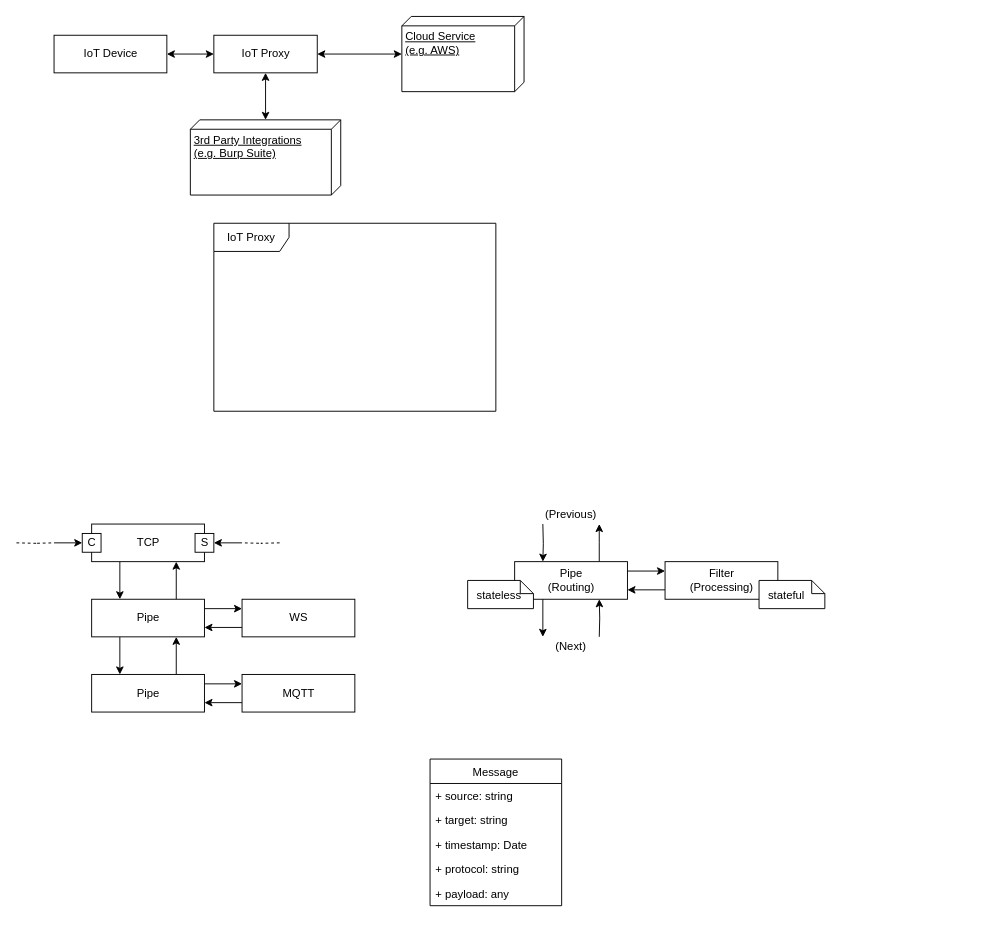
Above: diagrams/Drafts 3 - Pipes.drawio in molatho/master-thesis (draw.io), before the change. Source tidied: cells renumbered, new cells numbered last; positions are measured from the earlier drawing's top-left corner, leaving out a move shared by most shapes. Both pictures are drawn from the tidied source at 94%, with x=0, y=0 at pixel (16, 16).
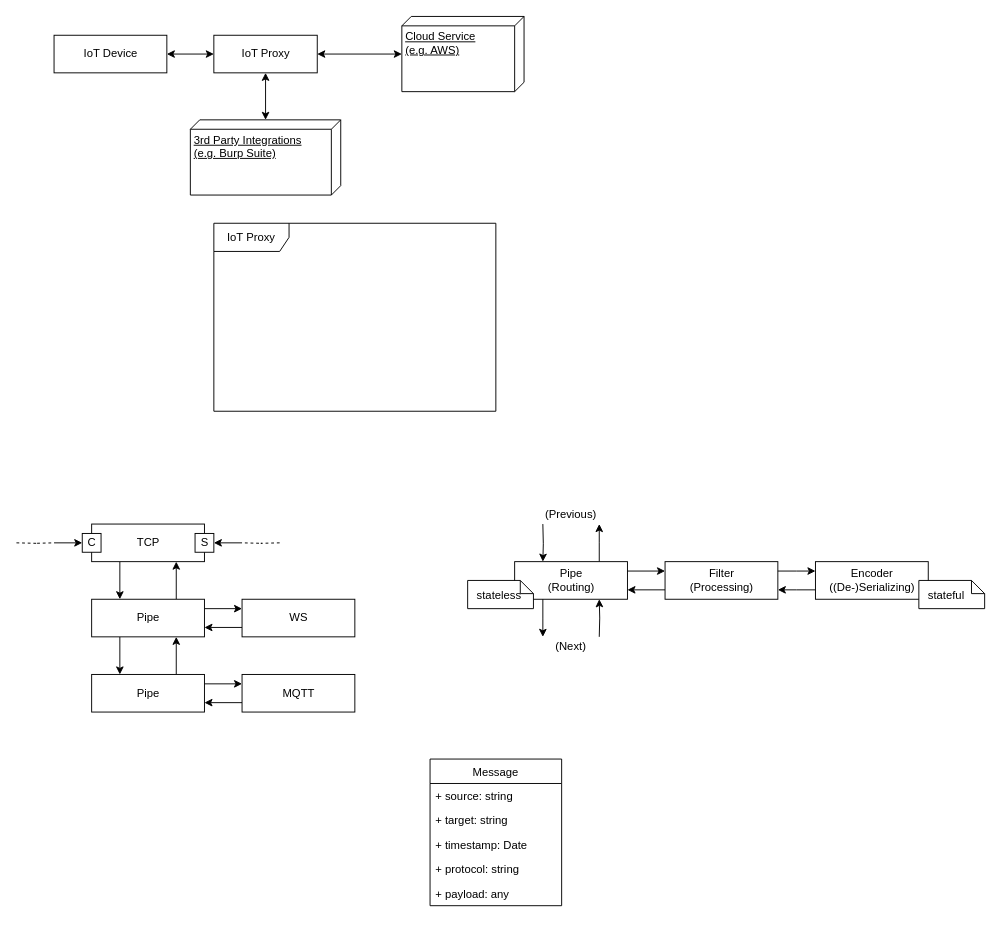
The same page after the edit.

Unchanged cells that the change refers to:
```xml
<mxCell id="35" value="Filter&lt;br&gt;(Processing)" style="html=1;" parent="1" vertex="1">
  <mxGeometry x="690" y="580" width="120" height="40" as="geometry" />
</mxCell>
```

Change to the diagram source:
```diff
@@
+    <mxCell id="46" value="stateless" style="shape=note;whiteSpace=wrap;html=1;size=14;verticalAlign=top;align=left;spacingTop=2;spacingLeft=8;" parent="1" vertex="1">
+      <mxGeometry x="480" y="600" width="70" height="30" as="geometry" />
+    </mxCell>
+    <mxCell id="47" value="Encoder&lt;br&gt;((De-)Serializing)" style="html=1;" parent="1" vertex="1">
+      <mxGeometry x="850" y="580" width="120" height="40" as="geometry" />
+    </mxCell>
+    <mxCell id="48" style="edgeStyle=orthogonalEdgeStyle;rounded=0;jettySize=auto;html=1;" parent="1" edge="1" source="35" target="47">
+      <mxGeometry relative="1" as="geometry">
+        <Array as="points">
+          <mxPoint x="830" y="590" />
+          <mxPoint x="830" y="590" />
+        </Array>
+      </mxGeometry>
+    </mxCell>
+    <mxCell id="49" style="edgeStyle=orthogonalEdgeStyle;rounded=0;jettySize=auto;html=1;" parent="1" edge="1" source="47" target="35">
+      <mxGeometry relative="1" as="geometry">
+        <Array as="points">
+          <mxPoint x="830" y="610" />
+          <mxPoint x="830" y="610" />
+        </Array>
+      </mxGeometry>
+    </mxCell>
     <mxCell id="45" value="stateful" style="shape=note;whiteSpace=wrap;html=1;size=14;verticalAlign=top;align=left;spacingTop=2;spacingLeft=8;" parent="1" vertex="1">
-      <mxGeometry x="790" y="600" width="70" height="30" as="geometry" />
+      <mxGeometry x="960" y="600" width="70" height="30" as="geometry" />
     </mxCell>
-    <mxCell id="46" value="stateless" style="shape=note;whiteSpace=wrap;html=1;size=14;verticalAlign=top;align=left;spacingTop=2;spacingLeft=8;" parent="1" vertex="1">
-      <mxGeometry x="480" y="600" width="70" height="30" as="geometry" />
-    </mxCell>
```
